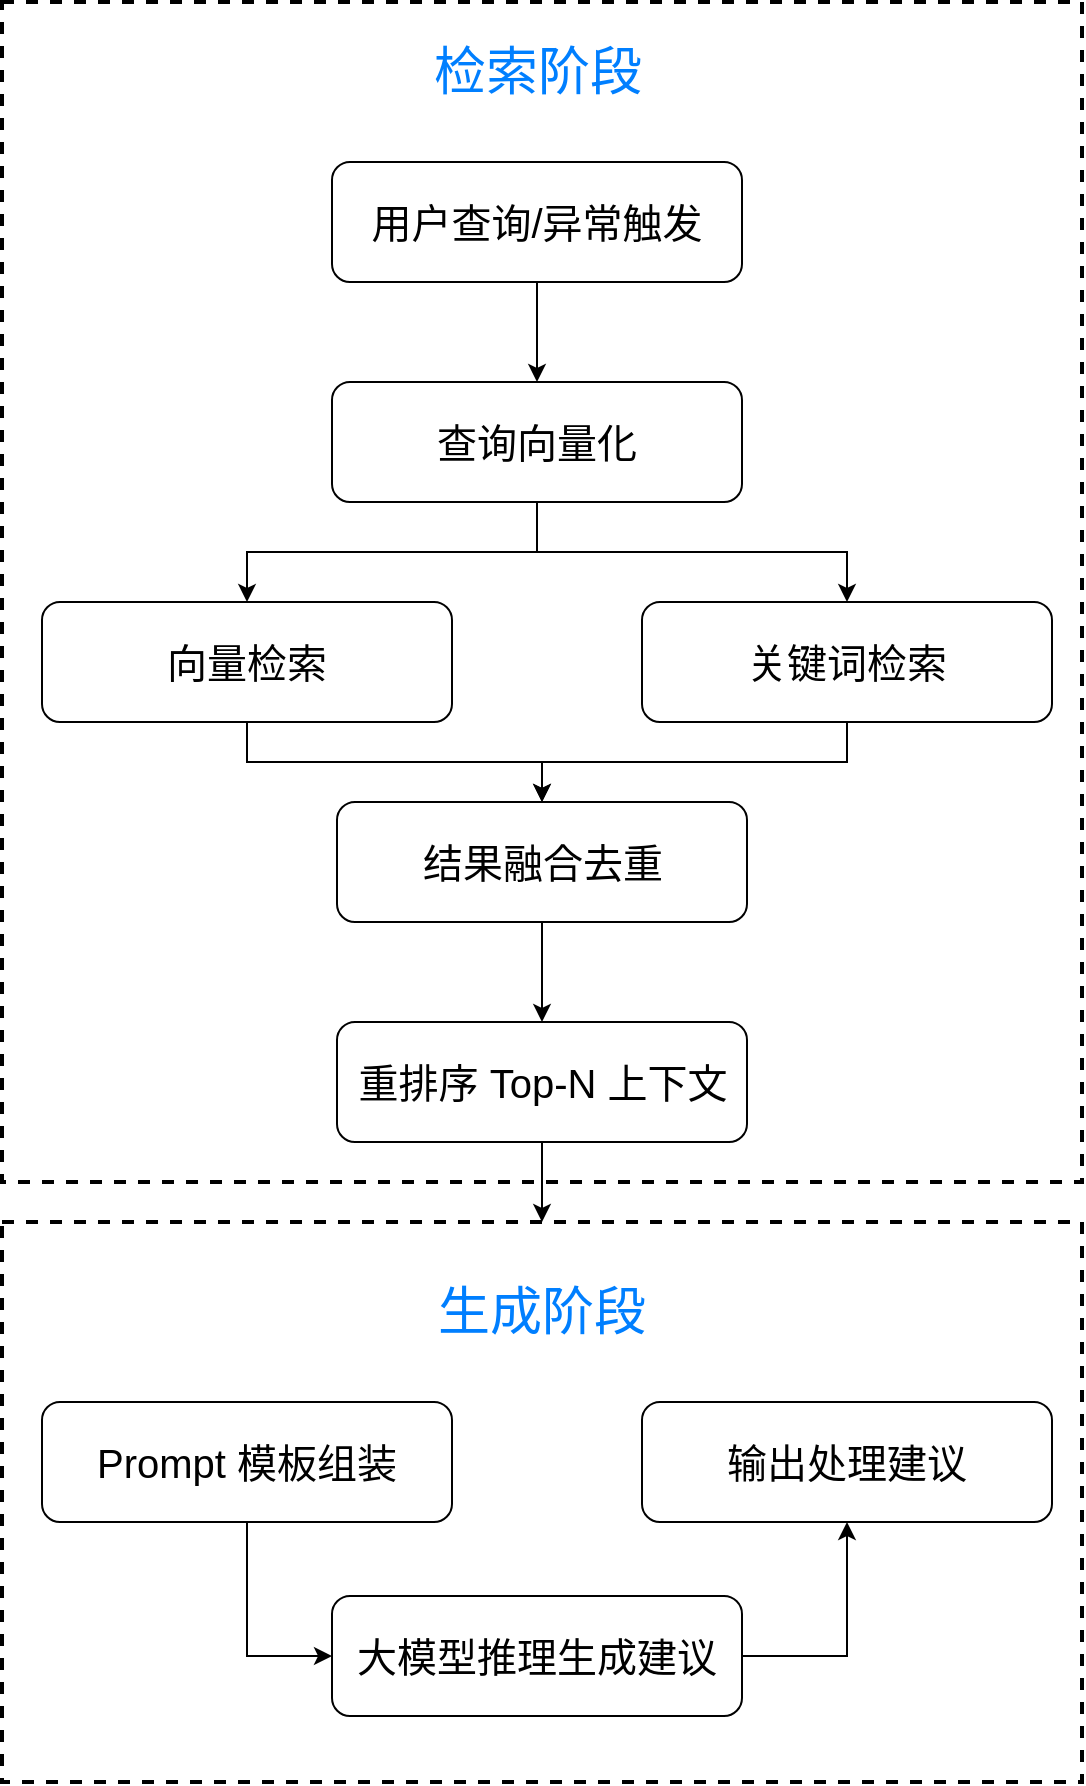
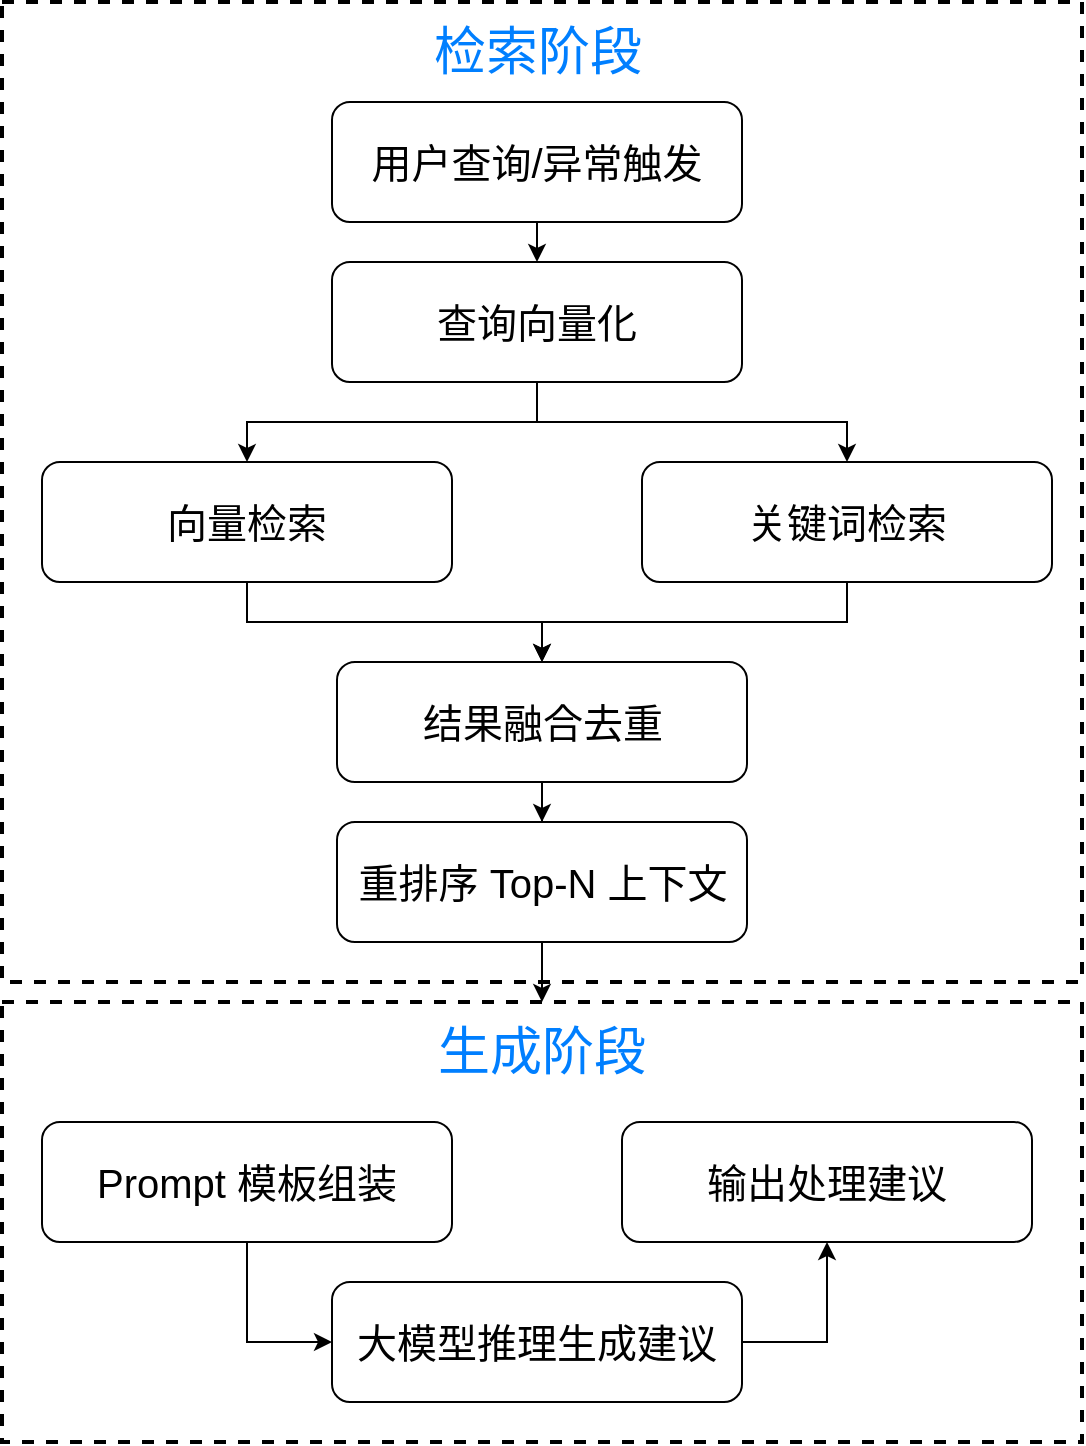
<mxfile host="app.diagrams.net" pages="4">
  <diagram name="智能分析与辅助决策" id="0ZH86FxaNmZIbytYPPXk">
-     <mxGraphModel dx="896" dy="964" grid="1" gridSize="10" guides="1" tooltips="1" connect="1" arrows="1" fold="1" page="1" pageScale="1" pageWidth="1169" pageHeight="1654" math="0" shadow="0">
+     <mxGraphModel dx="1318" dy="946" grid="1" gridSize="10" guides="1" tooltips="1" connect="1" arrows="1" fold="1" page="1" pageScale="1" pageWidth="1169" pageHeight="1654" math="0" shadow="0">
      <root>
        <mxCell id="0" />
        <mxCell id="1" parent="0" />
        <mxCell id="t55sNp-QaA9EJiMKHivd-26" parent="1" style="rounded=0;whiteSpace=wrap;html=1;dashed=1;strokeWidth=2;fillColor=none;" value="" vertex="1">
-           <mxGeometry height="280" width="540" x="360" y="640" as="geometry" />
+           <mxGeometry height="220" width="540" x="360" y="560" as="geometry" />
        </mxCell>
        <mxCell id="t55sNp-QaA9EJiMKHivd-16" parent="1" style="rounded=0;whiteSpace=wrap;html=1;dashed=1;strokeWidth=2;fillColor=none;" value="" vertex="1">
-           <mxGeometry height="590" width="540" x="360" y="30" as="geometry" />
+           <mxGeometry height="490" width="540" x="360" y="60" as="geometry" />
        </mxCell>
        <mxCell id="t55sNp-QaA9EJiMKHivd-10" edge="1" parent="1" source="t55sNp-QaA9EJiMKHivd-1" style="edgeStyle=orthogonalEdgeStyle;rounded=0;orthogonalLoop=1;jettySize=auto;html=1;exitX=0.5;exitY=1;exitDx=0;exitDy=0;entryX=0.5;entryY=0;entryDx=0;entryDy=0;" target="t55sNp-QaA9EJiMKHivd-2">
          <mxGeometry relative="1" as="geometry" />
        </mxCell>
        <mxCell id="t55sNp-QaA9EJiMKHivd-1" parent="1" style="rounded=1;whiteSpace=wrap;html=1;" value="&lt;font style=&quot;font-size: 20px;&quot;&gt;用户查询/异常触发&lt;/font&gt;" vertex="1">
          <mxGeometry height="60" width="205" x="525" y="110" as="geometry" />
        </mxCell>
        <mxCell id="t55sNp-QaA9EJiMKHivd-11" edge="1" parent="1" source="t55sNp-QaA9EJiMKHivd-2" style="edgeStyle=orthogonalEdgeStyle;rounded=0;orthogonalLoop=1;jettySize=auto;html=1;entryX=0.5;entryY=0;entryDx=0;entryDy=0;" target="t55sNp-QaA9EJiMKHivd-3">
          <mxGeometry relative="1" as="geometry" />
        </mxCell>
        <mxCell id="t55sNp-QaA9EJiMKHivd-12" edge="1" parent="1" source="t55sNp-QaA9EJiMKHivd-2" style="edgeStyle=orthogonalEdgeStyle;rounded=0;orthogonalLoop=1;jettySize=auto;html=1;entryX=0.5;entryY=0;entryDx=0;entryDy=0;" target="t55sNp-QaA9EJiMKHivd-4">
          <mxGeometry relative="1" as="geometry" />
        </mxCell>
        <mxCell id="t55sNp-QaA9EJiMKHivd-2" parent="1" style="rounded=1;whiteSpace=wrap;html=1;" value="&lt;font style=&quot;font-size: 20px;&quot;&gt;查询向量化&lt;/font&gt;" vertex="1">
-           <mxGeometry height="60" width="205" x="525" y="220" as="geometry" />
+           <mxGeometry height="60" width="205" x="525" y="190" as="geometry" />
        </mxCell>
        <mxCell id="t55sNp-QaA9EJiMKHivd-13" edge="1" parent="1" source="t55sNp-QaA9EJiMKHivd-3" style="edgeStyle=orthogonalEdgeStyle;rounded=0;orthogonalLoop=1;jettySize=auto;html=1;entryX=0.5;entryY=0;entryDx=0;entryDy=0;" target="t55sNp-QaA9EJiMKHivd-5">
          <mxGeometry relative="1" as="geometry" />
        </mxCell>
        <mxCell id="t55sNp-QaA9EJiMKHivd-3" parent="1" style="rounded=1;whiteSpace=wrap;html=1;" value="&lt;font style=&quot;font-size: 20px;&quot;&gt;向量检索&lt;/font&gt;" vertex="1">
-           <mxGeometry height="60" width="205" x="380" y="330" as="geometry" />
+           <mxGeometry height="60" width="205" x="380" y="290" as="geometry" />
        </mxCell>
        <mxCell id="t55sNp-QaA9EJiMKHivd-14" edge="1" parent="1" source="t55sNp-QaA9EJiMKHivd-4" style="edgeStyle=orthogonalEdgeStyle;rounded=0;orthogonalLoop=1;jettySize=auto;html=1;entryX=0.5;entryY=0;entryDx=0;entryDy=0;" target="t55sNp-QaA9EJiMKHivd-5">
          <mxGeometry relative="1" as="geometry" />
        </mxCell>
        <mxCell id="t55sNp-QaA9EJiMKHivd-4" parent="1" style="rounded=1;whiteSpace=wrap;html=1;" value="&lt;font style=&quot;font-size: 20px;&quot;&gt;关键词检索&lt;/font&gt;" vertex="1">
-           <mxGeometry height="60" width="205" x="680" y="330" as="geometry" />
+           <mxGeometry height="60" width="205" x="680" y="290" as="geometry" />
        </mxCell>
        <mxCell id="t55sNp-QaA9EJiMKHivd-15" edge="1" parent="1" source="t55sNp-QaA9EJiMKHivd-5" style="edgeStyle=orthogonalEdgeStyle;rounded=0;orthogonalLoop=1;jettySize=auto;html=1;entryX=0.5;entryY=0;entryDx=0;entryDy=0;" target="t55sNp-QaA9EJiMKHivd-6">
          <mxGeometry relative="1" as="geometry" />
        </mxCell>
        <mxCell id="t55sNp-QaA9EJiMKHivd-5" parent="1" style="rounded=1;whiteSpace=wrap;html=1;" value="&lt;span style=&quot;font-size: 20px;&quot;&gt;结果融合去重&lt;/span&gt;" vertex="1">
-           <mxGeometry height="60" width="205" x="527.5" y="430" as="geometry" />
+           <mxGeometry height="60" width="205" x="527.5" y="390" as="geometry" />
        </mxCell>
        <mxCell id="Y7flt5ATU79PMZ49QjfJ-1" edge="1" parent="1" source="t55sNp-QaA9EJiMKHivd-6" style="edgeStyle=orthogonalEdgeStyle;rounded=0;orthogonalLoop=1;jettySize=auto;html=1;exitX=0.5;exitY=1;exitDx=0;exitDy=0;entryX=0.5;entryY=0;entryDx=0;entryDy=0;" target="t55sNp-QaA9EJiMKHivd-26">
          <mxGeometry relative="1" as="geometry" />
        </mxCell>
        <mxCell id="t55sNp-QaA9EJiMKHivd-6" parent="1" style="rounded=1;whiteSpace=wrap;html=1;" value="&lt;span style=&quot;font-size: 20px;&quot;&gt;重排序 Top-N 上下文&lt;/span&gt;" vertex="1">
-           <mxGeometry height="60" width="205" x="527.5" y="540" as="geometry" />
+           <mxGeometry height="60" width="205" x="527.5" y="470" as="geometry" />
        </mxCell>
        <mxCell id="t55sNp-QaA9EJiMKHivd-18" edge="1" parent="1" source="t55sNp-QaA9EJiMKHivd-7" style="edgeStyle=orthogonalEdgeStyle;rounded=0;orthogonalLoop=1;jettySize=auto;html=1;entryX=0;entryY=0.5;entryDx=0;entryDy=0;" target="t55sNp-QaA9EJiMKHivd-9">
          <mxGeometry relative="1" as="geometry" />
        </mxCell>
        <mxCell id="t55sNp-QaA9EJiMKHivd-7" parent="1" style="rounded=1;whiteSpace=wrap;html=1;" value="&lt;span style=&quot;font-size: 20px;&quot;&gt;Prompt 模板组装&lt;/span&gt;" vertex="1">
-           <mxGeometry height="60" width="205" x="380" y="730" as="geometry" />
+           <mxGeometry height="60" width="205" x="380" y="620" as="geometry" />
        </mxCell>
        <mxCell id="t55sNp-QaA9EJiMKHivd-8" parent="1" style="rounded=1;whiteSpace=wrap;html=1;" value="&lt;span style=&quot;font-size: 20px;&quot;&gt;输出处理建议&lt;/span&gt;" vertex="1">
-           <mxGeometry height="60" width="205" x="680" y="730" as="geometry" />
+           <mxGeometry height="60" width="205" x="670" y="620" as="geometry" />
        </mxCell>
        <mxCell id="t55sNp-QaA9EJiMKHivd-24" edge="1" parent="1" source="t55sNp-QaA9EJiMKHivd-9" style="edgeStyle=orthogonalEdgeStyle;rounded=0;orthogonalLoop=1;jettySize=auto;html=1;entryX=0.5;entryY=1;entryDx=0;entryDy=0;exitX=1;exitY=0.5;exitDx=0;exitDy=0;" target="t55sNp-QaA9EJiMKHivd-8">
          <mxGeometry relative="1" as="geometry">
            <mxPoint x="730" y="877.0285714285715" as="sourcePoint" />
            <mxPoint x="800" y="800" as="targetPoint" />
          </mxGeometry>
        </mxCell>
        <mxCell id="t55sNp-QaA9EJiMKHivd-9" parent="1" style="rounded=1;whiteSpace=wrap;html=1;" value="&lt;span style=&quot;font-size: 20px;&quot;&gt;大模型推理生成建议&lt;/span&gt;" vertex="1">
-           <mxGeometry height="60" width="205" x="525" y="827" as="geometry" />
+           <mxGeometry height="60" width="205" x="525" y="700" as="geometry" />
        </mxCell>
        <mxCell id="t55sNp-QaA9EJiMKHivd-17" parent="1" style="text;html=1;whiteSpace=wrap;strokeColor=none;fillColor=none;align=center;verticalAlign=middle;rounded=0;" value="&lt;font style=&quot;font-size: 26px; color: light-dark(rgb(0, 127, 255), rgb(0, 127, 255));&quot;&gt;检索阶段&lt;/font&gt;" vertex="1">
-           <mxGeometry height="30" width="280" x="487.5" y="50" as="geometry" />
+           <mxGeometry height="30" width="280" x="487.5" y="70" as="geometry" />
        </mxCell>
        <mxCell id="t55sNp-QaA9EJiMKHivd-27" parent="1" style="text;html=1;whiteSpace=wrap;strokeColor=none;fillColor=none;align=center;verticalAlign=middle;rounded=0;" value="&lt;font style=&quot;font-size: 26px; color: light-dark(rgb(0, 127, 255), rgb(0, 127, 255));&quot;&gt;生成阶段&lt;/font&gt;" vertex="1">
-           <mxGeometry height="30" width="280" x="490" y="670" as="geometry" />
+           <mxGeometry height="30" width="280" x="490" y="570" as="geometry" />
        </mxCell>
      </root>
    </mxGraphModel>
  </diagram>
  <diagram name="知识表征与向量化" id="hDjKikEl6jLADy0JDfis">
    <mxGraphModel dx="847" dy="910" grid="1" gridSize="10" guides="1" tooltips="1" connect="1" arrows="1" fold="1" page="1" pageScale="1" pageWidth="1169" pageHeight="1654" math="0" shadow="0">
      <root>
        <mxCell id="zz7b9g8uxQL4-O19zXcX-0" />
        <mxCell id="zz7b9g8uxQL4-O19zXcX-1" parent="zz7b9g8uxQL4-O19zXcX-0" />
        <mxCell id="eMJo9HTM7uGMCbm4JvLn-5" edge="1" parent="zz7b9g8uxQL4-O19zXcX-1" source="zz7b9g8uxQL4-O19zXcX-3" style="edgeStyle=orthogonalEdgeStyle;rounded=0;orthogonalLoop=1;jettySize=auto;html=1;entryX=0.5;entryY=0;entryDx=0;entryDy=0;" target="zz7b9g8uxQL4-O19zXcX-2">
          <mxGeometry relative="1" as="geometry" />
        </mxCell>
        <mxCell id="zz7b9g8uxQL4-O19zXcX-3" parent="zz7b9g8uxQL4-O19zXcX-1" style="rounded=0;whiteSpace=wrap;html=1;dashed=1;strokeWidth=2;fillColor=none;" value="" vertex="1">
          <mxGeometry height="530" width="540" x="360" y="30" as="geometry" />
        </mxCell>
        <mxCell id="zz7b9g8uxQL4-O19zXcX-4" edge="1" parent="zz7b9g8uxQL4-O19zXcX-1" source="zz7b9g8uxQL4-O19zXcX-5" style="edgeStyle=orthogonalEdgeStyle;rounded=0;orthogonalLoop=1;jettySize=auto;html=1;exitX=0.5;exitY=1;exitDx=0;exitDy=0;entryX=0.5;entryY=0;entryDx=0;entryDy=0;" target="zz7b9g8uxQL4-O19zXcX-8">
          <mxGeometry relative="1" as="geometry" />
        </mxCell>
        <mxCell id="zz7b9g8uxQL4-O19zXcX-5" parent="zz7b9g8uxQL4-O19zXcX-1" style="rounded=1;whiteSpace=wrap;html=1;" value="&lt;font style=&quot;font-size: 20px;&quot;&gt;文档/日志输入&lt;/font&gt;" vertex="1">
          <mxGeometry height="60" width="205" x="525" y="110" as="geometry" />
        </mxCell>
        <mxCell id="zz7b9g8uxQL4-O19zXcX-6" edge="1" parent="zz7b9g8uxQL4-O19zXcX-1" source="zz7b9g8uxQL4-O19zXcX-8" style="edgeStyle=orthogonalEdgeStyle;rounded=0;orthogonalLoop=1;jettySize=auto;html=1;entryX=0.5;entryY=0;entryDx=0;entryDy=0;" target="zz7b9g8uxQL4-O19zXcX-10">
          <mxGeometry relative="1" as="geometry" />
        </mxCell>
        <mxCell id="zz7b9g8uxQL4-O19zXcX-8" parent="zz7b9g8uxQL4-O19zXcX-1" style="rounded=1;whiteSpace=wrap;html=1;" value="&lt;font style=&quot;font-size: 20px;&quot;&gt;格式识别与解析&lt;/font&gt;" vertex="1">
          <mxGeometry height="60" width="205" x="525" y="220" as="geometry" />
        </mxCell>
        <mxCell id="zz7b9g8uxQL4-O19zXcX-9" edge="1" parent="zz7b9g8uxQL4-O19zXcX-1" source="zz7b9g8uxQL4-O19zXcX-10" style="edgeStyle=orthogonalEdgeStyle;rounded=0;orthogonalLoop=1;jettySize=auto;html=1;entryX=0.5;entryY=0;entryDx=0;entryDy=0;" target="zz7b9g8uxQL4-O19zXcX-14">
          <mxGeometry relative="1" as="geometry" />
        </mxCell>
        <mxCell id="zz7b9g8uxQL4-O19zXcX-10" parent="zz7b9g8uxQL4-O19zXcX-1" style="rounded=1;whiteSpace=wrap;html=1;" value="&lt;font style=&quot;font-size: 20px;&quot;&gt;文本清洗&lt;/font&gt;" vertex="1">
          <mxGeometry height="60" width="205" x="525" y="330" as="geometry" />
        </mxCell>
        <mxCell id="zz7b9g8uxQL4-O19zXcX-14" parent="zz7b9g8uxQL4-O19zXcX-1" style="rounded=1;whiteSpace=wrap;html=1;" value="&lt;span style=&quot;font-size: 20px;&quot;&gt;文本切片&lt;/span&gt;" vertex="1">
          <mxGeometry height="60" width="205" x="525" y="430" as="geometry" />
        </mxCell>
        <mxCell id="zz7b9g8uxQL4-O19zXcX-21" parent="zz7b9g8uxQL4-O19zXcX-1" style="text;html=1;whiteSpace=wrap;strokeColor=none;fillColor=none;align=center;verticalAlign=middle;rounded=0;" value="&lt;font style=&quot;font-size: 26px; color: light-dark(rgb(0, 127, 255), rgb(0, 127, 255));&quot;&gt;解析处理&lt;/font&gt;" vertex="1">
          <mxGeometry height="30" width="280" x="487.5" y="50" as="geometry" />
        </mxCell>
        <mxCell id="eMJo9HTM7uGMCbm4JvLn-6" connectable="0" parent="zz7b9g8uxQL4-O19zXcX-1" style="group" value="" vertex="1">
          <mxGeometry height="280" width="540" x="360" y="600" as="geometry" />
        </mxCell>
        <mxCell id="zz7b9g8uxQL4-O19zXcX-2" parent="eMJo9HTM7uGMCbm4JvLn-6" style="rounded=0;whiteSpace=wrap;html=1;dashed=1;strokeWidth=2;fillColor=none;" value="" vertex="1">
          <mxGeometry height="280" width="540" as="geometry" />
        </mxCell>
        <mxCell id="zz7b9g8uxQL4-O19zXcX-16" edge="1" parent="eMJo9HTM7uGMCbm4JvLn-6" source="zz7b9g8uxQL4-O19zXcX-17" style="edgeStyle=orthogonalEdgeStyle;rounded=0;orthogonalLoop=1;jettySize=auto;html=1;entryX=0;entryY=0.5;entryDx=0;entryDy=0;entryPerimeter=0;" target="eMJo9HTM7uGMCbm4JvLn-0">
          <mxGeometry relative="1" as="geometry">
            <mxPoint x="165" y="210" as="targetPoint" />
          </mxGeometry>
        </mxCell>
        <mxCell id="zz7b9g8uxQL4-O19zXcX-17" parent="eMJo9HTM7uGMCbm4JvLn-6" style="rounded=1;whiteSpace=wrap;html=1;" value="&lt;span style=&quot;font-size: 20px;&quot;&gt;Embedding 向量化&lt;/span&gt;" vertex="1">
          <mxGeometry height="60" width="190" x="20" y="90" as="geometry" />
        </mxCell>
        <mxCell id="zz7b9g8uxQL4-O19zXcX-18" parent="eMJo9HTM7uGMCbm4JvLn-6" style="rounded=1;whiteSpace=wrap;html=1;" value="&lt;span style=&quot;font-size: 20px;&quot;&gt;完成&lt;/span&gt;" vertex="1">
          <mxGeometry height="60" width="125" x="390" y="90" as="geometry" />
        </mxCell>
        <mxCell id="zz7b9g8uxQL4-O19zXcX-19" edge="1" parent="eMJo9HTM7uGMCbm4JvLn-6" source="eMJo9HTM7uGMCbm4JvLn-1" style="edgeStyle=orthogonalEdgeStyle;rounded=0;orthogonalLoop=1;jettySize=auto;html=1;entryX=0.5;entryY=1;entryDx=0;entryDy=0;exitX=1;exitY=0.5;exitDx=0;exitDy=0;exitPerimeter=0;" target="zz7b9g8uxQL4-O19zXcX-18">
          <mxGeometry relative="1" as="geometry">
            <mxPoint x="370" y="217" as="sourcePoint" />
            <mxPoint x="440" y="160" as="targetPoint" />
          </mxGeometry>
        </mxCell>
        <mxCell id="zz7b9g8uxQL4-O19zXcX-22" parent="eMJo9HTM7uGMCbm4JvLn-6" style="text;html=1;whiteSpace=wrap;strokeColor=none;fillColor=none;align=center;verticalAlign=middle;rounded=0;" value="&lt;font style=&quot;font-size: 26px; color: light-dark(rgb(0, 127, 255), rgb(0, 127, 255));&quot;&gt;向量入库&lt;/font&gt;" vertex="1">
          <mxGeometry height="30" width="280" x="130" y="30" as="geometry" />
        </mxCell>
        <mxCell id="eMJo9HTM7uGMCbm4JvLn-0" parent="eMJo9HTM7uGMCbm4JvLn-6" style="strokeWidth=2;html=1;shape=mxgraph.flowchart.database;whiteSpace=wrap;" value="" vertex="1">
          <mxGeometry height="70" width="120" x="140" y="190" as="geometry" />
        </mxCell>
        <mxCell id="eMJo9HTM7uGMCbm4JvLn-1" parent="eMJo9HTM7uGMCbm4JvLn-6" style="strokeWidth=2;html=1;shape=mxgraph.flowchart.database;whiteSpace=wrap;" value="" vertex="1">
          <mxGeometry height="70" width="120" x="300" y="190" as="geometry" />
        </mxCell>
        <mxCell id="eMJo9HTM7uGMCbm4JvLn-2" edge="1" parent="eMJo9HTM7uGMCbm4JvLn-6" source="eMJo9HTM7uGMCbm4JvLn-0" style="edgeStyle=orthogonalEdgeStyle;rounded=0;orthogonalLoop=1;jettySize=auto;html=1;exitX=1;exitY=0.5;exitDx=0;exitDy=0;exitPerimeter=0;entryX=0;entryY=0.5;entryDx=0;entryDy=0;entryPerimeter=0;" target="eMJo9HTM7uGMCbm4JvLn-1">
          <mxGeometry relative="1" as="geometry" />
        </mxCell>
        <mxCell id="eMJo9HTM7uGMCbm4JvLn-3" parent="eMJo9HTM7uGMCbm4JvLn-6" style="text;html=1;whiteSpace=wrap;strokeColor=none;fillColor=none;align=center;verticalAlign=middle;rounded=0;" value="&lt;font style=&quot;color: light-dark(rgb(0, 0, 0), rgb(0, 0, 0)); font-size: 20px;&quot;&gt;向量数据库&lt;/font&gt;" vertex="1">
          <mxGeometry height="30" width="280" x="60" y="220" as="geometry" />
        </mxCell>
        <mxCell id="eMJo9HTM7uGMCbm4JvLn-4" parent="eMJo9HTM7uGMCbm4JvLn-6" style="text;html=1;whiteSpace=wrap;strokeColor=none;fillColor=none;align=center;verticalAlign=middle;rounded=0;" value="&lt;font style=&quot;color: light-dark(rgb(0, 0, 0), rgb(0, 0, 0)); font-size: 20px;&quot;&gt;元数据索引&lt;/font&gt;" vertex="1">
          <mxGeometry height="30" width="280" x="220" y="220" as="geometry" />
        </mxCell>
      </root>
    </mxGraphModel>
  </diagram>
  <diagram name="结果文件解析" id="gnpWc3fZqgKThUme0eSV">
    <mxGraphModel dx="847" dy="910" grid="1" gridSize="10" guides="1" tooltips="1" connect="1" arrows="1" fold="1" page="1" pageScale="1" pageWidth="1169" pageHeight="1654" math="0" shadow="0">
      <root>
        <mxCell id="VibKRsMFiv_iUzVtbgXE-0" />
        <mxCell id="VibKRsMFiv_iUzVtbgXE-1" parent="VibKRsMFiv_iUzVtbgXE-0" />
        <mxCell id="VibKRsMFiv_iUzVtbgXE-2" parent="VibKRsMFiv_iUzVtbgXE-1" style="rounded=0;whiteSpace=wrap;html=1;dashed=1;strokeWidth=2;fillColor=none;" value="" vertex="1">
          <mxGeometry height="350" width="540" x="360" y="650" as="geometry" />
        </mxCell>
        <mxCell id="VibKRsMFiv_iUzVtbgXE-3" parent="VibKRsMFiv_iUzVtbgXE-1" style="rounded=0;whiteSpace=wrap;html=1;dashed=1;strokeWidth=2;fillColor=none;" value="" vertex="1">
          <mxGeometry height="590" width="540" x="360" y="30" as="geometry" />
        </mxCell>
        <mxCell id="VibKRsMFiv_iUzVtbgXE-6" edge="1" parent="VibKRsMFiv_iUzVtbgXE-1" source="VibKRsMFiv_iUzVtbgXE-8" style="edgeStyle=orthogonalEdgeStyle;rounded=0;orthogonalLoop=1;jettySize=auto;html=1;entryX=0.5;entryY=0;entryDx=0;entryDy=0;" target="VibKRsMFiv_iUzVtbgXE-10">
          <mxGeometry relative="1" as="geometry" />
        </mxCell>
        <mxCell id="VibKRsMFiv_iUzVtbgXE-8" parent="VibKRsMFiv_iUzVtbgXE-1" style="rounded=1;whiteSpace=wrap;html=1;" value="&lt;font style=&quot;font-size: 20px;&quot;&gt;格式识别&lt;/font&gt;" vertex="1">
          <mxGeometry height="60" width="205" x="527.5" y="220" as="geometry" />
        </mxCell>
        <mxCell id="VibKRsMFiv_iUzVtbgXE-9" edge="1" parent="VibKRsMFiv_iUzVtbgXE-1" source="VibKRsMFiv_iUzVtbgXE-10" style="edgeStyle=orthogonalEdgeStyle;rounded=0;orthogonalLoop=1;jettySize=auto;html=1;entryX=0.5;entryY=0;entryDx=0;entryDy=0;" target="VibKRsMFiv_iUzVtbgXE-14">
          <mxGeometry relative="1" as="geometry" />
        </mxCell>
        <mxCell id="VibKRsMFiv_iUzVtbgXE-10" parent="VibKRsMFiv_iUzVtbgXE-1" style="rounded=1;whiteSpace=wrap;html=1;" value="&lt;font style=&quot;font-size: 20px;&quot;&gt;调用对应解析适配器&lt;/font&gt;" vertex="1">
          <mxGeometry height="60" width="205" x="527.5" y="330" as="geometry" />
        </mxCell>
        <mxCell id="VibKRsMFiv_iUzVtbgXE-13" edge="1" parent="VibKRsMFiv_iUzVtbgXE-1" source="VibKRsMFiv_iUzVtbgXE-14" style="edgeStyle=orthogonalEdgeStyle;rounded=0;orthogonalLoop=1;jettySize=auto;html=1;entryX=0.5;entryY=0;entryDx=0;entryDy=0;" target="VibKRsMFiv_iUzVtbgXE-16">
          <mxGeometry relative="1" as="geometry" />
        </mxCell>
        <mxCell id="VibKRsMFiv_iUzVtbgXE-14" parent="VibKRsMFiv_iUzVtbgXE-1" style="rounded=1;whiteSpace=wrap;html=1;" value="&lt;span style=&quot;font-size: 20px;&quot;&gt;结构化转换&lt;/span&gt;" vertex="1">
          <mxGeometry height="60" width="205" x="527.5" y="430" as="geometry" />
        </mxCell>
        <mxCell id="VibKRsMFiv_iUzVtbgXE-15" edge="1" parent="VibKRsMFiv_iUzVtbgXE-1" source="VibKRsMFiv_iUzVtbgXE-16" style="edgeStyle=orthogonalEdgeStyle;rounded=0;orthogonalLoop=1;jettySize=auto;html=1;exitX=0.5;exitY=1;exitDx=0;exitDy=0;entryX=0.5;entryY=0;entryDx=0;entryDy=0;" target="VibKRsMFiv_iUzVtbgXE-2">
          <mxGeometry relative="1" as="geometry" />
        </mxCell>
        <mxCell id="VibKRsMFiv_iUzVtbgXE-16" parent="VibKRsMFiv_iUzVtbgXE-1" style="rounded=1;whiteSpace=wrap;html=1;" value="&lt;span style=&quot;font-size: 20px;&quot;&gt;有效性检查&lt;/span&gt;" vertex="1">
          <mxGeometry height="60" width="205" x="527.5" y="540" as="geometry" />
        </mxCell>
        <mxCell id="VibKRsMFiv_iUzVtbgXE-17" edge="1" parent="VibKRsMFiv_iUzVtbgXE-1" source="VibKRsMFiv_iUzVtbgXE-18" style="edgeStyle=orthogonalEdgeStyle;rounded=0;orthogonalLoop=1;jettySize=auto;html=1;entryX=0;entryY=0.5;entryDx=0;entryDy=0;" target="VibKRsMFiv_iUzVtbgXE-21">
          <mxGeometry relative="1" as="geometry" />
        </mxCell>
        <mxCell id="VibKRsMFiv_iUzVtbgXE-18" parent="VibKRsMFiv_iUzVtbgXE-1" style="rounded=1;whiteSpace=wrap;html=1;" value="&lt;span style=&quot;font-size: 20px;&quot;&gt;残差序列提取&lt;/span&gt;" vertex="1">
          <mxGeometry height="60" width="205" x="380" y="730" as="geometry" />
        </mxCell>
        <mxCell id="0pktndQ5CdBIkJT2g2ek-2" edge="1" parent="VibKRsMFiv_iUzVtbgXE-1" source="VibKRsMFiv_iUzVtbgXE-19" style="edgeStyle=orthogonalEdgeStyle;rounded=0;orthogonalLoop=1;jettySize=auto;html=1;entryX=1;entryY=0.5;entryDx=0;entryDy=0;" target="VibKRsMFiv_iUzVtbgXE-21">
          <mxGeometry relative="1" as="geometry" />
        </mxCell>
        <mxCell id="VibKRsMFiv_iUzVtbgXE-19" parent="VibKRsMFiv_iUzVtbgXE-1" style="rounded=1;whiteSpace=wrap;html=1;" value="&lt;span style=&quot;font-size: 20px;&quot;&gt;钟差序列提取&lt;/span&gt;" vertex="1">
          <mxGeometry height="60" width="205" x="680" y="730" as="geometry" />
        </mxCell>
        <mxCell id="0pktndQ5CdBIkJT2g2ek-4" edge="1" parent="VibKRsMFiv_iUzVtbgXE-1" source="VibKRsMFiv_iUzVtbgXE-21" style="edgeStyle=orthogonalEdgeStyle;rounded=0;orthogonalLoop=1;jettySize=auto;html=1;" target="0pktndQ5CdBIkJT2g2ek-3">
          <mxGeometry relative="1" as="geometry" />
        </mxCell>
        <mxCell id="VibKRsMFiv_iUzVtbgXE-21" parent="VibKRsMFiv_iUzVtbgXE-1" style="rounded=1;whiteSpace=wrap;html=1;" value="&lt;span style=&quot;font-size: 20px;&quot;&gt;统一数据结构输出&lt;/span&gt;" vertex="1">
          <mxGeometry height="60" width="205" x="525" y="827" as="geometry" />
        </mxCell>
        <mxCell id="VibKRsMFiv_iUzVtbgXE-22" parent="VibKRsMFiv_iUzVtbgXE-1" style="text;html=1;whiteSpace=wrap;strokeColor=none;fillColor=none;align=center;verticalAlign=middle;rounded=0;" value="&lt;font style=&quot;font-size: 26px; color: light-dark(rgb(0, 127, 255), rgb(0, 127, 255));&quot;&gt;文件解析&lt;/font&gt;" vertex="1">
          <mxGeometry height="30" width="280" x="487.5" y="50" as="geometry" />
        </mxCell>
        <mxCell id="VibKRsMFiv_iUzVtbgXE-23" parent="VibKRsMFiv_iUzVtbgXE-1" style="text;html=1;whiteSpace=wrap;strokeColor=none;fillColor=none;align=center;verticalAlign=middle;rounded=0;" value="&lt;font style=&quot;font-size: 26px; color: light-dark(rgb(0, 127, 255), rgb(0, 127, 255));&quot;&gt;统计特征提取&lt;/font&gt;" vertex="1">
          <mxGeometry height="30" width="280" x="490" y="670" as="geometry" />
        </mxCell>
        <mxCell id="BxhPWsKVtncfoKJ4x3aZ-2" edge="1" parent="VibKRsMFiv_iUzVtbgXE-1" source="BxhPWsKVtncfoKJ4x3aZ-0" style="edgeStyle=orthogonalEdgeStyle;rounded=0;orthogonalLoop=1;jettySize=auto;html=1;" target="VibKRsMFiv_iUzVtbgXE-8">
          <mxGeometry relative="1" as="geometry" />
        </mxCell>
        <mxCell id="BxhPWsKVtncfoKJ4x3aZ-0" parent="VibKRsMFiv_iUzVtbgXE-1" style="shape=parallelogram;html=1;strokeWidth=1;perimeter=parallelogramPerimeter;whiteSpace=wrap;rounded=1;arcSize=12;size=0.23;" value="&lt;font style=&quot;font-size: 20px;&quot;&gt;输入结果文件&lt;/font&gt;" vertex="1">
          <mxGeometry height="60" width="240" x="510" y="120" as="geometry" />
        </mxCell>
        <mxCell id="0pktndQ5CdBIkJT2g2ek-3" parent="VibKRsMFiv_iUzVtbgXE-1" style="rounded=1;whiteSpace=wrap;html=1;" value="&lt;span style=&quot;font-size: 20px;&quot;&gt;可视化图表生成&lt;/span&gt;" vertex="1">
          <mxGeometry height="60" width="205" x="525" y="920" as="geometry" />
        </mxCell>
      </root>
    </mxGraphModel>
  </diagram>
  <diagram name="异常识别判定" id="hRNcWPXu9a6p4w7M2Ujv">
    <mxGraphModel dx="1459" dy="869" grid="1" gridSize="10" guides="1" tooltips="1" connect="1" arrows="1" fold="1" page="1" pageScale="1" pageWidth="1169" pageHeight="1654" math="0" shadow="0">
      <root>
        <mxCell id="aUc_dr3An4h9FFbSUbty-0" />
        <mxCell id="aUc_dr3An4h9FFbSUbty-1" parent="aUc_dr3An4h9FFbSUbty-0" />
        <mxCell id="aUc_dr3An4h9FFbSUbty-2" parent="aUc_dr3An4h9FFbSUbty-1" style="rounded=0;whiteSpace=wrap;html=1;dashed=1;strokeWidth=2;fillColor=none;" value="" vertex="1">
          <mxGeometry height="330" width="540" x="360" y="370" as="geometry" />
        </mxCell>
        <mxCell id="aUc_dr3An4h9FFbSUbty-3" parent="aUc_dr3An4h9FFbSUbty-1" style="rounded=0;whiteSpace=wrap;html=1;dashed=1;strokeWidth=2;fillColor=none;" value="" vertex="1">
          <mxGeometry height="310" width="540" x="360" y="30" as="geometry" />
        </mxCell>
        <mxCell id="SeECv2qaezLQ7OPPueI--7" edge="1" parent="aUc_dr3An4h9FFbSUbty-1" source="aUc_dr3An4h9FFbSUbty-5" style="edgeStyle=orthogonalEdgeStyle;rounded=0;orthogonalLoop=1;jettySize=auto;html=1;entryX=0.5;entryY=0;entryDx=0;entryDy=0;" target="aUc_dr3An4h9FFbSUbty-2">
          <mxGeometry relative="1" as="geometry">
            <Array as="points">
              <mxPoint x="765" y="320" />
              <mxPoint x="630" y="320" />
            </Array>
          </mxGeometry>
        </mxCell>
        <mxCell id="aUc_dr3An4h9FFbSUbty-5" parent="aUc_dr3An4h9FFbSUbty-1" style="rounded=1;whiteSpace=wrap;html=1;" value="&lt;font style=&quot;font-size: 20px;&quot;&gt;日志解析&lt;/font&gt;" vertex="1">
          <mxGeometry height="60" width="205" x="662.5" y="220" as="geometry" />
        </mxCell>
        <mxCell id="aUc_dr3An4h9FFbSUbty-12" edge="1" parent="aUc_dr3An4h9FFbSUbty-1" source="aUc_dr3An4h9FFbSUbty-13" style="edgeStyle=orthogonalEdgeStyle;rounded=0;orthogonalLoop=1;jettySize=auto;html=1;entryX=0;entryY=0.5;entryDx=0;entryDy=0;" target="aUc_dr3An4h9FFbSUbty-17">
          <mxGeometry relative="1" as="geometry" />
        </mxCell>
        <mxCell id="aUc_dr3An4h9FFbSUbty-13" parent="aUc_dr3An4h9FFbSUbty-1" style="rounded=1;whiteSpace=wrap;html=1;" value="&lt;span style=&quot;font-size: 20px;&quot;&gt;确定性异常检测&lt;/span&gt;" vertex="1">
          <mxGeometry height="60" width="205" x="387.5" y="430" as="geometry" />
        </mxCell>
        <mxCell id="aUc_dr3An4h9FFbSUbty-14" edge="1" parent="aUc_dr3An4h9FFbSUbty-1" source="aUc_dr3An4h9FFbSUbty-15" style="edgeStyle=orthogonalEdgeStyle;rounded=0;orthogonalLoop=1;jettySize=auto;html=1;entryX=1;entryY=0.5;entryDx=0;entryDy=0;" target="aUc_dr3An4h9FFbSUbty-17">
          <mxGeometry relative="1" as="geometry" />
        </mxCell>
        <mxCell id="aUc_dr3An4h9FFbSUbty-15" parent="aUc_dr3An4h9FFbSUbty-1" style="rounded=1;whiteSpace=wrap;html=1;" value="&lt;span style=&quot;font-size: 20px;&quot;&gt;数据驱动辅助判别&lt;/span&gt;&lt;div&gt;&lt;span style=&quot;font-size: 20px;&quot;&gt;（选用）&lt;/span&gt;&lt;/div&gt;" vertex="1">
          <mxGeometry height="60" width="205" x="662.5" y="430" as="geometry" />
        </mxCell>
        <mxCell id="aUc_dr3An4h9FFbSUbty-16" edge="1" parent="aUc_dr3An4h9FFbSUbty-1" source="aUc_dr3An4h9FFbSUbty-17" style="edgeStyle=orthogonalEdgeStyle;rounded=0;orthogonalLoop=1;jettySize=auto;html=1;" target="aUc_dr3An4h9FFbSUbty-22">
          <mxGeometry relative="1" as="geometry" />
        </mxCell>
        <mxCell id="aUc_dr3An4h9FFbSUbty-17" parent="aUc_dr3An4h9FFbSUbty-1" style="rounded=1;whiteSpace=wrap;html=1;" value="&lt;span style=&quot;font-size: 20px;&quot;&gt;检测结果合并与去重&lt;/span&gt;" vertex="1">
          <mxGeometry height="60" width="205" x="527.5" y="527" as="geometry" />
        </mxCell>
        <mxCell id="aUc_dr3An4h9FFbSUbty-18" parent="aUc_dr3An4h9FFbSUbty-1" style="text;html=1;whiteSpace=wrap;strokeColor=none;fillColor=none;align=center;verticalAlign=middle;rounded=0;" value="&lt;font style=&quot;font-size: 26px; color: light-dark(rgb(0, 127, 255), rgb(0, 127, 255));&quot;&gt;输入阶段&lt;/font&gt;" vertex="1">
          <mxGeometry height="30" width="280" x="487.5" y="50" as="geometry" />
        </mxCell>
        <mxCell id="aUc_dr3An4h9FFbSUbty-19" parent="aUc_dr3An4h9FFbSUbty-1" style="text;html=1;whiteSpace=wrap;strokeColor=none;fillColor=none;align=center;verticalAlign=middle;rounded=0;" value="&lt;font style=&quot;font-size: 26px; color: light-dark(rgb(0, 127, 255), rgb(0, 127, 255));&quot;&gt;异常检测阶段&lt;/font&gt;" vertex="1">
          <mxGeometry height="30" width="280" x="490" y="390" as="geometry" />
        </mxCell>
        <mxCell id="SeECv2qaezLQ7OPPueI--6" edge="1" parent="aUc_dr3An4h9FFbSUbty-1" source="aUc_dr3An4h9FFbSUbty-21" style="edgeStyle=orthogonalEdgeStyle;rounded=0;orthogonalLoop=1;jettySize=auto;html=1;" target="aUc_dr3An4h9FFbSUbty-2">
          <mxGeometry relative="1" as="geometry">
            <Array as="points">
              <mxPoint x="490" y="320" />
              <mxPoint x="630" y="320" />
            </Array>
          </mxGeometry>
        </mxCell>
        <mxCell id="aUc_dr3An4h9FFbSUbty-21" parent="aUc_dr3An4h9FFbSUbty-1" style="shape=parallelogram;html=1;strokeWidth=1;perimeter=parallelogramPerimeter;whiteSpace=wrap;rounded=1;arcSize=12;size=0.23;" value="&lt;font style=&quot;font-size: 20px;&quot;&gt;结构化特征数据&lt;/font&gt;" vertex="1">
          <mxGeometry height="60" width="240" x="370" y="110" as="geometry" />
        </mxCell>
        <mxCell id="aUc_dr3An4h9FFbSUbty-22" parent="aUc_dr3An4h9FFbSUbty-1" style="rounded=1;whiteSpace=wrap;html=1;" value="&lt;span style=&quot;font-size: 20px;&quot;&gt;异常检测结果输出&lt;/span&gt;" vertex="1">
          <mxGeometry height="60" width="205" x="527.5" y="620" as="geometry" />
        </mxCell>
        <mxCell id="SeECv2qaezLQ7OPPueI--1" edge="1" parent="aUc_dr3An4h9FFbSUbty-1" source="SeECv2qaezLQ7OPPueI--0" style="edgeStyle=orthogonalEdgeStyle;rounded=0;orthogonalLoop=1;jettySize=auto;html=1;" target="aUc_dr3An4h9FFbSUbty-5">
          <mxGeometry relative="1" as="geometry" />
        </mxCell>
        <mxCell id="SeECv2qaezLQ7OPPueI--0" parent="aUc_dr3An4h9FFbSUbty-1" style="shape=parallelogram;html=1;strokeWidth=1;perimeter=parallelogramPerimeter;whiteSpace=wrap;rounded=1;arcSize=12;size=0.23;" value="&lt;font style=&quot;font-size: 20px;&quot;&gt;定轨软件过程日志&lt;/font&gt;" vertex="1">
          <mxGeometry height="60" width="240" x="645" y="110" as="geometry" />
        </mxCell>
      </root>
    </mxGraphModel>
  </diagram>
</mxfile>
